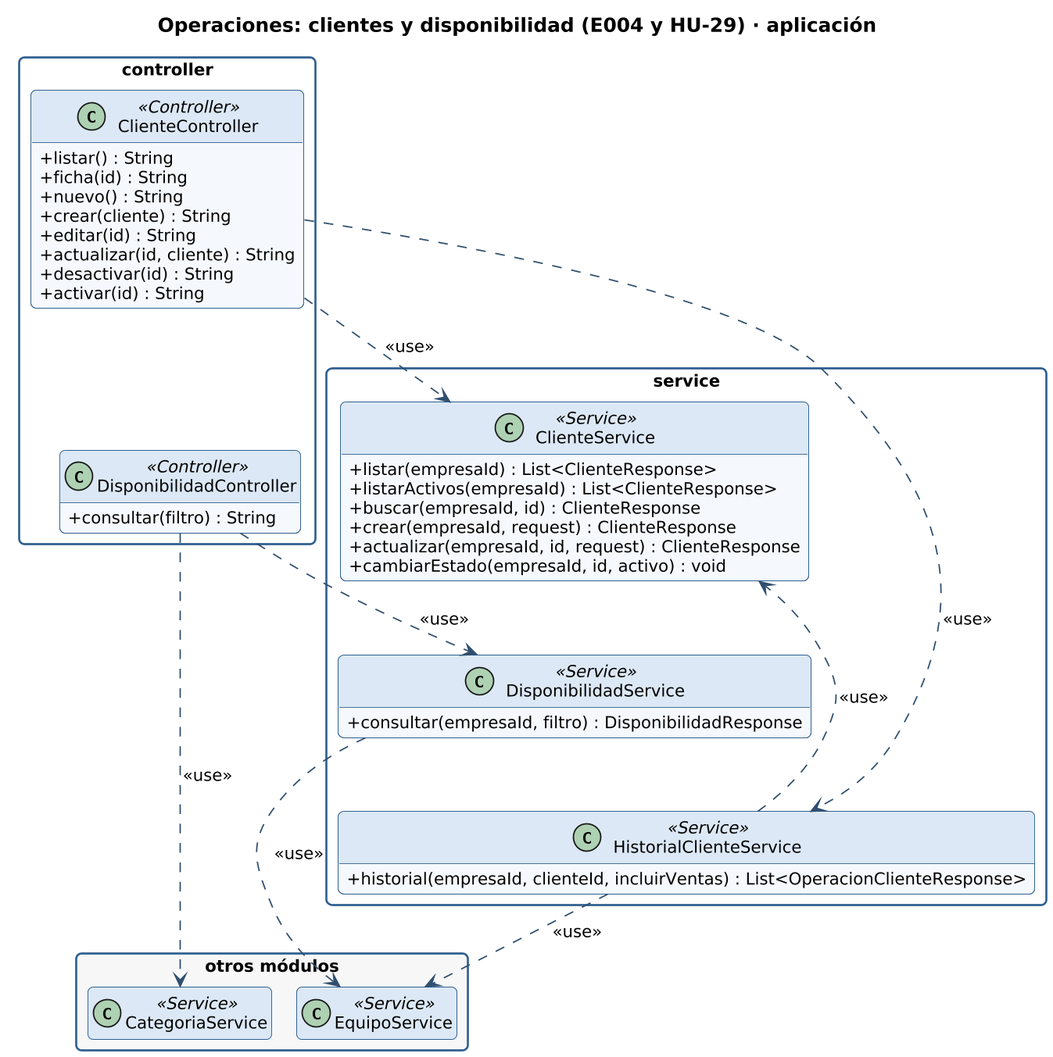
gonzaloarenasduoc/Mira keeps this PlantUML diagram as docs/diagramas/clases-operaciones-aplicacion-clientes.png. Above is the earlier version.
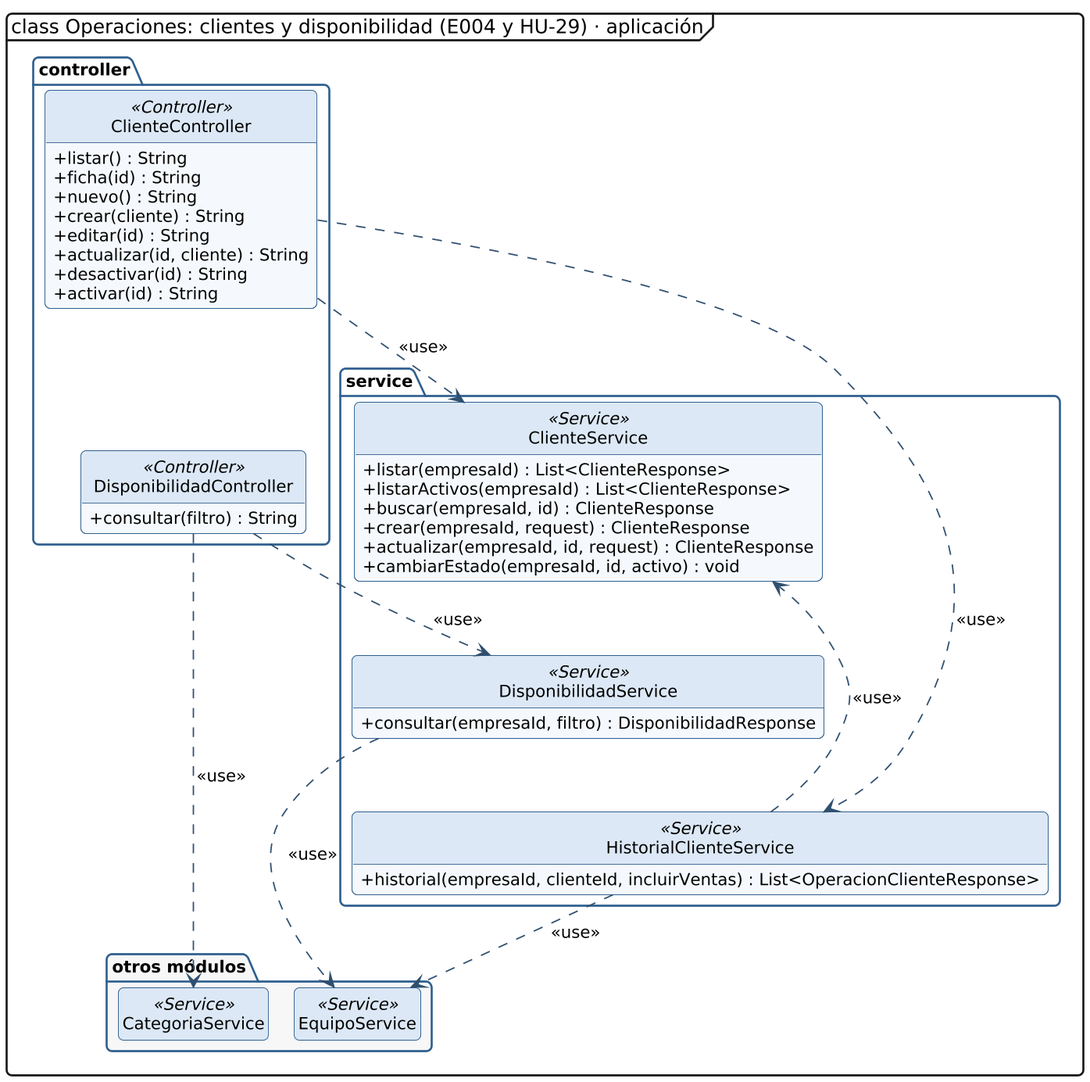
After the commit.

Diff of the diagram source:
```diff
@@ -1,11 +1,12 @@
 @startuml clases-operaciones-aplicacion-clientes
 !include _estilo.iuml
 hide empty members
+hide circle
 skinparam classAttributeIconSize 0
-skinparam packageStyle rectangle
+skinparam packageStyle folder
 skinparam nodesep 25
 skinparam ranksep 45
-title Operaciones: clientes y disponibilidad (E004 y HU-29) · aplicación
+mainframe class Operaciones: clientes y disponibilidad (E004 y HU-29) · aplicación
 
 package "controller" {
   class ClienteController <<Controller>> {
```
